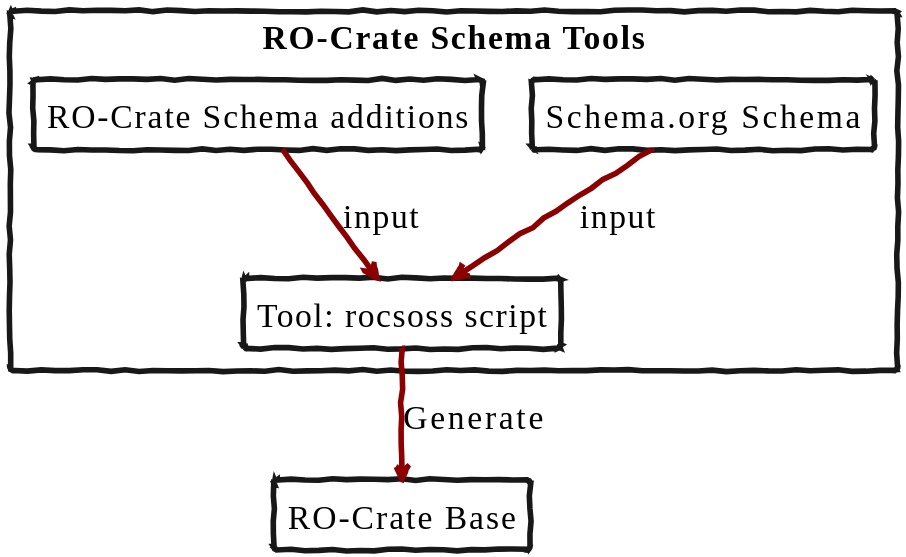
Language-Research-Technology/ro-crate-modes keeps this PlantUML diagram as docs/images/soss-to-profile.svg. Above is the earlier version.
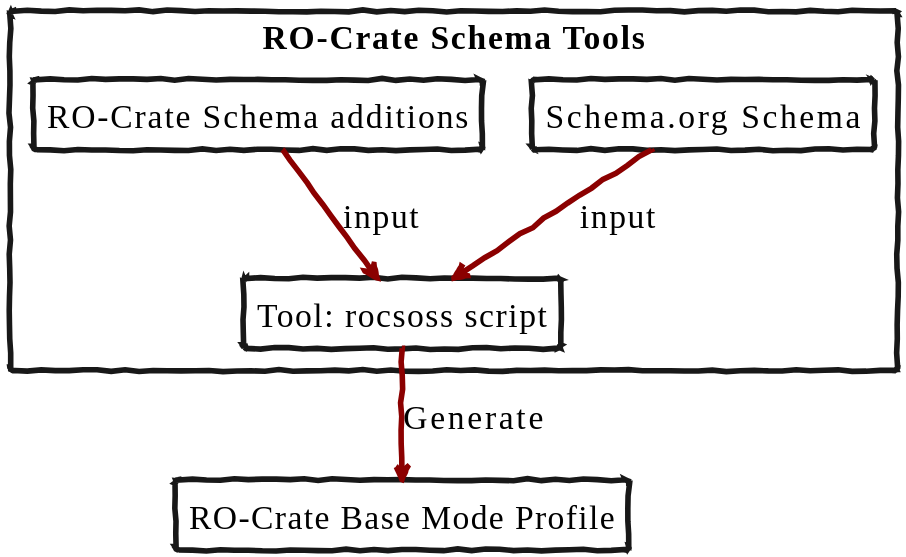
The same diagram one commit later.

Diff of the diagram source:
```diff
@@ -7,7 +7,7 @@
 rectangle "Tool: rocsoss script" as rocsoss
 }
 
-rectangle "RO-Crate Base" as rop
+rectangle "RO-Crate Base Mode Profile" as rop
 
 sos -down-> rocsoss : input
 roc -down-> rocsoss : input
```
